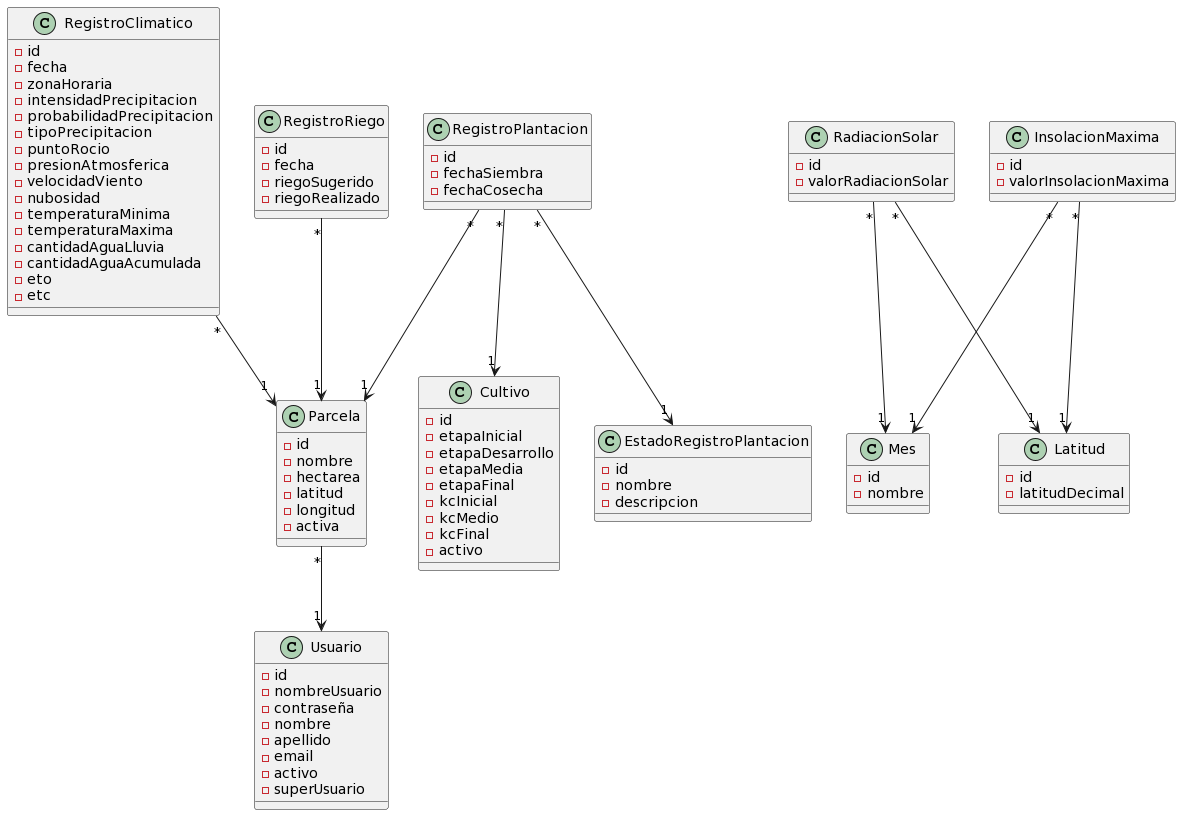
facundopaez-dev/sistema-web-riego keeps this PlantUML diagram as domain model/MDominio: Sistema de riego.png. Above is the earlier version.
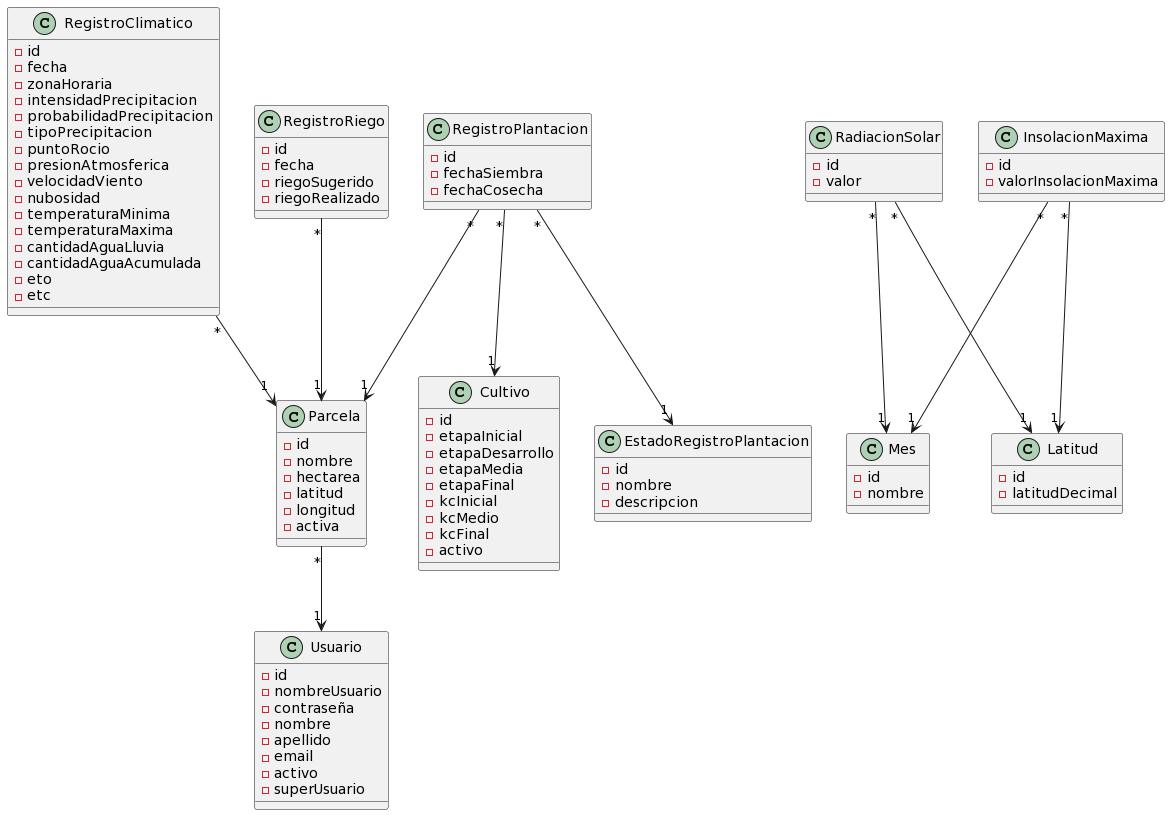
After the change.

Commit message:
Atributo 'valorRadiacionSolar' de la entidad RadiacionSolar reemplazado por el atributo 'valor', modelo de dominio

Diff of the diagram source:
```diff
@@ -92,7 +92,7 @@
 
 class RadiacionSolar {
 -id
--valorRadiacionSolar
+-valor
 }
 
 class InsolacionMaxima {
```
